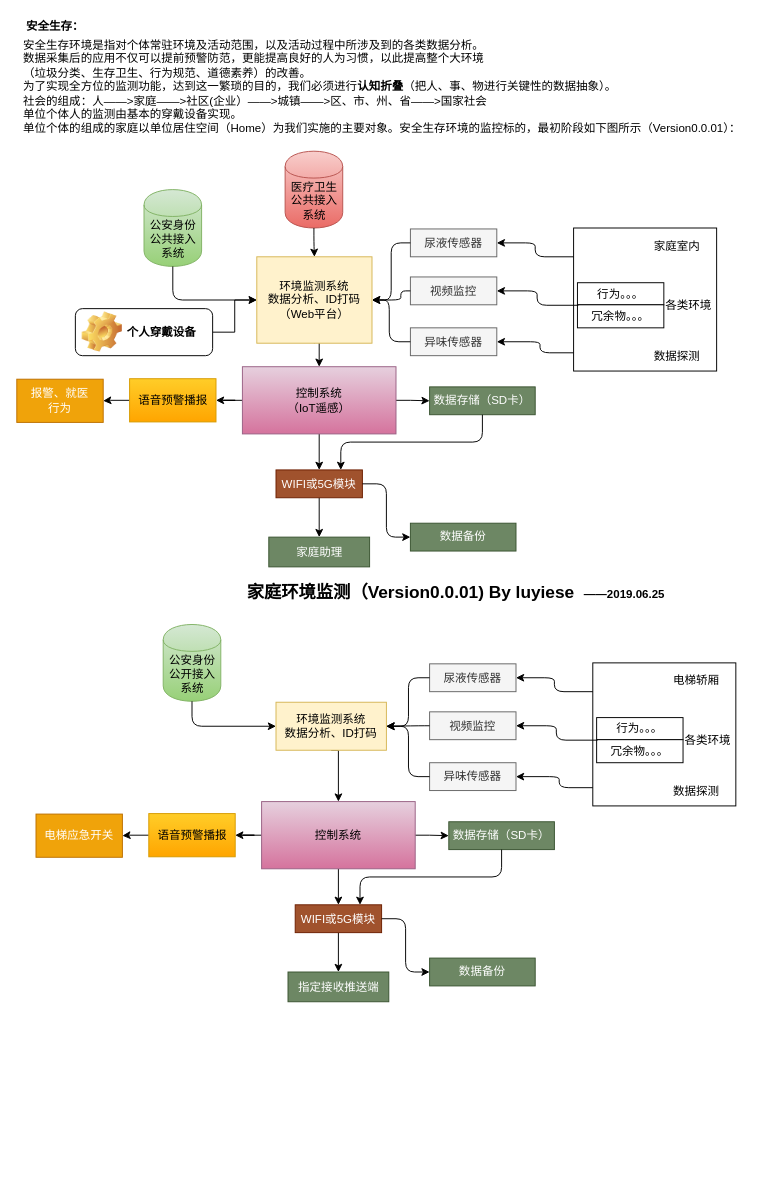
Earlier version of the draw.io diagram 电梯环境监测.drawio (UTOUUCENTER-CD/draw.io). Source tidied: cells renumbered, new cells numbered last; positions are measured from the earlier drawing's top-left corner, leaving out a move shared by most shapes. Both pictures are drawn from the tidied source at 96%, with x=0, y=0 at pixel (16, 16).
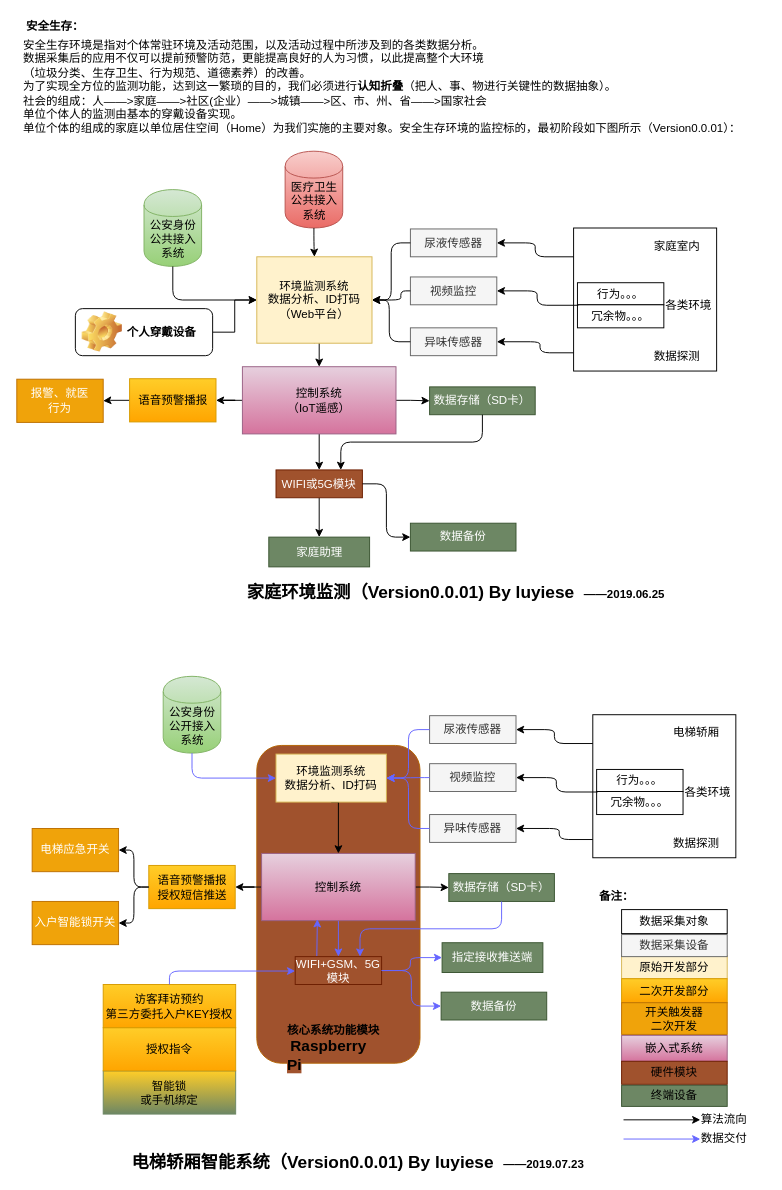
The same diagram, later.

Commit message:
Update 电梯环境监测.drawio

Change to the diagram source:
```diff
@@
+    <mxCell id="74" style="rounded=1;whiteSpace=wrap;html=1;fillColor=#A0522D;strokeColor=#b46504;" parent="1" vertex="1">
+      <mxGeometry x="250" y="759" width="170" height="331" as="geometry" />
+    </mxCell>
@@
     <mxCell id="35" style="edgeStyle=elbowEdgeStyle;elbow=horizontal;endArrow=classic;html=1;entryX=1;entryY=0.5;entryDx=0;entryDy=0;" parent="1" edge="1" target="58">
       <mxGeometry relative="1" as="geometry">
-        <mxPoint x="610" y="803" as="sourcePoint" />
+        <mxPoint x="610" y="857" as="sourcePoint" />
       </mxGeometry>
     </mxCell>
     <mxCell id="36" style="whiteSpace=wrap;html=1;" parent="1" vertex="1">
-      <mxGeometry x="600" y="673" width="149" height="149" as="geometry" />
+      <mxGeometry x="600" y="727" width="149" height="149" as="geometry" />
     </mxCell>
@@
     <mxCell id="38" style="edgeStyle=orthogonalEdgeStyle;rounded=0;jettySize=auto;html=1;exitX=1;exitY=0.5;exitDx=0;exitDy=0;entryX=0;entryY=0.5;entryDx=0;entryDy=0;" parent="1" edge="1" source="40" target="57">
       <mxGeometry relative="1" as="geometry">
         <Array as="points">
-          <mxPoint x="430" y="853" />
-          <mxPoint x="430" y="853" />
+          <mxPoint x="430" y="907" />
+          <mxPoint x="430" y="907" />
         </Array>
       </mxGeometry>
     </mxCell>
-    <mxCell id="39" style="edgeStyle=orthogonalEdgeStyle;rounded=0;jettySize=auto;html=1;exitX=0.5;exitY=1;exitDx=0;exitDy=0;entryX=0.5;entryY=0;entryDx=0;entryDy=0;" parent="1" edge="1" source="40" target="55">
+    <mxCell id="39" style="edgeStyle=orthogonalEdgeStyle;rounded=0;jettySize=auto;html=1;exitX=0.5;exitY=1;exitDx=0;exitDy=0;entryX=0.5;entryY=0;entryDx=0;entryDy=0;strokeColor=#6666FF;" parent="1" edge="1" source="40" target="55">
       <mxGeometry relative="1" as="geometry" />
     </mxCell>
     <mxCell id="40" value="控制系统" style="rounded=0;whiteSpace=wrap;html=1;fillColor=#e6d0de;strokeColor=#996185;gradientColor=#d5739d;" parent="1" vertex="1">
-      <mxGeometry x="255" y="817.5" width="160" height="70" as="geometry" />
+      <mxGeometry x="255" y="871.5" width="160" height="70" as="geometry" />
     </mxCell>
-    <mxCell id="41" style="edgeStyle=orthogonalEdgeStyle;rounded=0;jettySize=auto;html=1;" parent="1" edge="1" source="42" target="43">
-      <mxGeometry relative="1" as="geometry" />
-    </mxCell>
-    <mxCell id="42" value="语音预警播报" style="rounded=0;whiteSpace=wrap;html=1;fillColor=#ffcd28;strokeColor=#d79b00;gradientColor=#ffa500;" parent="1" vertex="1">
-      <mxGeometry x="137.5" y="830" width="90" height="45" as="geometry" />
+    <mxCell id="42" value="语音预警播报&lt;br&gt;授权短信推送" style="rounded=0;whiteSpace=wrap;html=1;fillColor=#ffcd28;strokeColor=#d79b00;gradientColor=#ffa500;" parent="1" vertex="1">
+      <mxGeometry x="137.5" y="884" width="90" height="45" as="geometry" />
     </mxCell>
     <mxCell id="43" value="电梯应急开关" style="rounded=0;whiteSpace=wrap;html=1;fillColor=#f0a30a;strokeColor=#BD7000;fontColor=#ffffff;" parent="1" vertex="1">
-      <mxGeometry x="20" y="830.5" width="90" height="45" as="geometry" />
+      <mxGeometry x="16" y="845.5" width="90" height="45" as="geometry" />
     </mxCell>
     <mxCell id="44" style="edgeStyle=orthogonalEdgeStyle;rounded=0;jettySize=auto;html=1;exitX=0.5;exitY=1;exitDx=0;exitDy=0;entryX=0.5;entryY=0;entryDx=0;entryDy=0;" parent="1" edge="1" source="45" target="40">
       <mxGeometry relative="1" as="geometry">
         <Array as="points">
-          <mxPoint x="335" y="764" />
+          <mxPoint x="335" y="818" />
         </Array>
       </mxGeometry>
     </mxCell>
     <mxCell id="45" value="环境监测系统&lt;br&gt;数据分析、ID打码" style="rounded=0;whiteSpace=wrap;html=1;fillColor=#fff2cc;strokeColor=#d6b656;" parent="1" vertex="1">
-      <mxGeometry x="270" y="714" width="115" height="50" as="geometry" />
+      <mxGeometry x="270" y="768" width="115" height="50" as="geometry" />
     </mxCell>
     <mxCell id="46" value="尿液传感器" style="rounded=0;whiteSpace=wrap;html=1;fillColor=#f5f5f5;strokeColor=#666666;fontColor=#333333;" parent="1" vertex="1">
-      <mxGeometry x="430" y="674" width="90" height="29" as="geometry" />
+      <mxGeometry x="430" y="728" width="90" height="29" as="geometry" />
     </mxCell>
     <mxCell id="47" value="视频监控" style="rounded=0;whiteSpace=wrap;html=1;fillColor=#f5f5f5;strokeColor=#666666;fontColor=#333333;" parent="1" vertex="1">
-      <mxGeometry x="430" y="724" width="90" height="29" as="geometry" />
+      <mxGeometry x="430" y="778" width="90" height="29" as="geometry" />
     </mxCell>
     <mxCell id="48" value="行为。。。" style="rounded=0;whiteSpace=wrap;html=1;" parent="1" vertex="1">
-      <mxGeometry x="604" y="730" width="90" height="23" as="geometry" />
+      <mxGeometry x="604" y="784" width="90" height="23" as="geometry" />
     </mxCell>
     <mxCell id="49" value="冗余物。。。" style="rounded=0;whiteSpace=wrap;html=1;" parent="1" vertex="1">
-      <mxGeometry x="604" y="753" width="90" height="24" as="geometry" />
+      <mxGeometry x="604" y="807" width="90" height="24" as="geometry" />
     </mxCell>
-    <mxCell id="50" style="edgeStyle=elbowEdgeStyle;elbow=horizontal;endArrow=classic;html=1;exitX=0;exitY=0.5;exitDx=0;exitDy=0;entryX=1;entryY=0.5;entryDx=0;entryDy=0;" parent="1" edge="1" source="46" target="45">
+    <mxCell id="50" style="edgeStyle=elbowEdgeStyle;elbow=horizontal;endArrow=classic;html=1;exitX=0;exitY=0.5;exitDx=0;exitDy=0;entryX=1;entryY=0.5;entryDx=0;entryDy=0;strokeColor=#6666FF;" parent="1" edge="1" source="46" target="45">
       <mxGeometry relative="1" as="geometry" />
     </mxCell>
-    <mxCell id="51" style="edgeStyle=elbowEdgeStyle;elbow=horizontal;endArrow=classic;html=1;exitX=0;exitY=0.5;exitDx=0;exitDy=0;entryX=1;entryY=0.5;entryDx=0;entryDy=0;" parent="1" edge="1" source="47" target="45">
+    <mxCell id="51" style="edgeStyle=elbowEdgeStyle;elbow=horizontal;endArrow=classic;html=1;exitX=0;exitY=0.5;exitDx=0;exitDy=0;entryX=1;entryY=0.5;entryDx=0;entryDy=0;strokeColor=#6666FF;" parent="1" edge="1" source="47" target="45">
       <mxGeometry relative="1" as="geometry">
         <Array as="points">
-          <mxPoint x="420" y="743" />
-          <mxPoint x="408" y="743" />
+          <mxPoint x="420" y="797" />
+          <mxPoint x="408" y="797" />
         </Array>
       </mxGeometry>
     </mxCell>
     <mxCell id="52" style="edgeStyle=elbowEdgeStyle;elbow=horizontal;endArrow=classic;html=1;entryX=1;entryY=0.5;entryDx=0;entryDy=0;" parent="1" edge="1" target="46">
       <mxGeometry relative="1" as="geometry">
-        <mxPoint x="600" y="703" as="sourcePoint" />
+        <mxPoint x="600" y="757" as="sourcePoint" />
       </mxGeometry>
     </mxCell>
@@
-    <mxCell id="54" style="edgeStyle=orthogonalEdgeStyle;rounded=0;jettySize=auto;html=1;" parent="1" edge="1" source="55" target="56">
-      <mxGeometry relative="1" as="geometry" />
-    </mxCell>
+    <mxCell id="75" style="edgeStyle=orthogonalEdgeStyle;rounded=0;jettySize=auto;html=1;exitX=0.25;exitY=0;exitDx=0;exitDy=0;entryX=0.363;entryY=0.979;entryDx=0;entryDy=0;entryPerimeter=0;strokeColor=#6666FF;" parent="1" edge="1" source="55" target="40">
+      <mxGeometry relative="1" as="geometry" />
+    </mxCell>
-    <mxCell id="55" value="WIFI或5G模块" style="rounded=0;whiteSpace=wrap;html=1;fillColor=#a0522d;strokeColor=#6D1F00;fontColor=#ffffff;" parent="1" vertex="1">
-      <mxGeometry x="290" y="925" width="90" height="29" as="geometry" />
+    <mxCell id="55" value="WIFI+GSM、5G模块" style="rounded=0;whiteSpace=wrap;html=1;fillColor=#a0522d;strokeColor=#6D1F00;fontColor=#ffffff;" parent="1" vertex="1">
+      <mxGeometry x="290" y="979" width="90" height="29" as="geometry" />
     </mxCell>
     <mxCell id="56" value="指定接收推送端" style="rounded=0;whiteSpace=wrap;html=1;fillColor=#6d8764;strokeColor=#3A5431;fontColor=#ffffff;" parent="1" vertex="1">
-      <mxGeometry x="282.5" y="995" width="105" height="31" as="geometry" />
+      <mxGeometry x="443" y="964.5" width="105" height="31" as="geometry" />
     </mxCell>
     <mxCell id="57" value="数据存储（SD卡）" style="rounded=0;whiteSpace=wrap;html=1;fillColor=#6d8764;strokeColor=#3A5431;fontColor=#ffffff;" parent="1" vertex="1">
-      <mxGeometry x="450" y="838.5" width="110" height="29" as="geometry" />
+      <mxGeometry x="450" y="892.5" width="110" height="29" as="geometry" />
     </mxCell>
     <mxCell id="58" value="异味传感器" style="rounded=0;whiteSpace=wrap;html=1;fillColor=#f5f5f5;strokeColor=#666666;fontColor=#333333;" parent="1" vertex="1">
-      <mxGeometry x="430" y="777" width="90" height="29" as="geometry" />
+      <mxGeometry x="430" y="831" width="90" height="29" as="geometry" />
     </mxCell>
-    <mxCell id="59" style="edgeStyle=elbowEdgeStyle;elbow=horizontal;endArrow=classic;html=1;entryX=1;entryY=0.5;entryDx=0;entryDy=0;exitX=0;exitY=0.5;exitDx=0;exitDy=0;" parent="1" edge="1" source="58" target="45">
+    <mxCell id="59" style="edgeStyle=elbowEdgeStyle;elbow=horizontal;endArrow=classic;html=1;entryX=1;entryY=0.5;entryDx=0;entryDy=0;exitX=0;exitY=0.5;exitDx=0;exitDy=0;strokeColor=#6666FF;" parent="1" edge="1" source="58" target="45">
       <mxGeometry relative="1" as="geometry">
         <Array as="points">
-          <mxPoint x="408" y="763" />
+          <mxPoint x="408" y="817" />
         </Array>
       </mxGeometry>
     </mxCell>
-    <mxCell id="60" style="edgeStyle=elbowEdgeStyle;elbow=horizontal;endArrow=classic;html=1;exitX=1;exitY=0.5;exitDx=0;exitDy=0;entryX=0;entryY=0.5;entryDx=0;entryDy=0;" parent="1" edge="1" source="55" target="61">
+    <mxCell id="60" style="edgeStyle=elbowEdgeStyle;elbow=horizontal;endArrow=classic;html=1;exitX=1;exitY=0.5;exitDx=0;exitDy=0;entryX=0;entryY=0.5;entryDx=0;entryDy=0;strokeColor=#6666FF;" parent="1" edge="1" source="55" target="61">
       <mxGeometry relative="1" as="geometry" />
     </mxCell>
     <mxCell id="61" value="数据备份" style="rounded=0;whiteSpace=wrap;html=1;fillColor=#6d8764;strokeColor=#3A5431;fontColor=#ffffff;" parent="1" vertex="1">
-      <mxGeometry x="430" y="980.5" width="110" height="29" as="geometry" />
+      <mxGeometry x="442" y="1016" width="110" height="29" as="geometry" />
     </mxCell>
-    <mxCell id="62" style="edgeStyle=elbowEdgeStyle;elbow=vertical;endArrow=classic;html=1;exitX=0.5;exitY=1;exitDx=0;exitDy=0;entryX=0.75;entryY=0;entryDx=0;entryDy=0;" parent="1" edge="1" source="57" target="55">
+    <mxCell id="62" style="edgeStyle=elbowEdgeStyle;elbow=vertical;endArrow=classic;html=1;exitX=0.5;exitY=1;exitDx=0;exitDy=0;entryX=0.75;entryY=0;entryDx=0;entryDy=0;strokeColor=#6666FF;" parent="1" edge="1" source="57" target="55">
       <mxGeometry relative="1" as="geometry" />
     </mxCell>
     <mxCell id="63" value="电梯轿厢&lt;br&gt;&lt;br&gt;&lt;br&gt;&lt;br&gt;&lt;br&gt;&lt;br&gt;&lt;br&gt;&lt;br&gt;数据探测" style="text;html=1;align=left;verticalAlign=top;spacingTop=-4;" parent="1" vertex="1">
-      <mxGeometry x="682" y="682" width="60" height="130" as="geometry" />
+      <mxGeometry x="682" y="736" width="60" height="130" as="geometry" />
     </mxCell>
     <mxCell id="64" value="各类环境" style="text;html=1;align=left;verticalAlign=top;spacingTop=-4;" parent="1" vertex="1">
-      <mxGeometry x="694" y="744" width="60" height="20" as="geometry" />
+      <mxGeometry x="694" y="798" width="60" height="20" as="geometry" />
     </mxCell>
     <mxCell id="65" value="公安身份公开接入系统" style="shape=cylinder;whiteSpace=wrap;html=1;boundedLbl=1;backgroundOutline=1;gradientColor=#97d077;fillColor=#d5e8d4;strokeColor=#82b366;" parent="1" vertex="1">
-      <mxGeometry x="152.5" y="633" width="60" height="80" as="geometry" />
+      <mxGeometry x="152.5" y="687" width="60" height="80" as="geometry" />
     </mxCell>
-    <mxCell id="66" style="edgeStyle=elbowEdgeStyle;elbow=vertical;endArrow=classic;html=1;exitX=0.5;exitY=1;exitDx=0;exitDy=0;entryX=0;entryY=0.5;entryDx=0;entryDy=0;" parent="1" edge="1" source="65" target="45">
+    <mxCell id="66" style="edgeStyle=elbowEdgeStyle;elbow=vertical;endArrow=classic;html=1;exitX=0.5;exitY=1;exitDx=0;exitDy=0;entryX=0;entryY=0.5;entryDx=0;entryDy=0;strokeColor=#6666FF;" parent="1" edge="1" source="65" target="45">
       <mxGeometry relative="1" as="geometry">
         <Array as="points">
-          <mxPoint x="250" y="739" />
-          <mxPoint x="190" y="763" />
+          <mxPoint x="250" y="793" />
+          <mxPoint x="190" y="817" />
         </Array>
       </mxGeometry>
     </mxCell>
@@
+    <mxCell id="76" value="智能锁&lt;br&gt;或手机绑定" style="rounded=0;whiteSpace=wrap;html=1;fillColor=#ffcd28;strokeColor=#6D8764;gradientColor=#6D8764;" parent="1" vertex="1">
+      <mxGeometry x="90" y="1098" width="138" height="45" as="geometry" />
+    </mxCell>
+    <mxCell id="77" value="授权指令" style="rounded=0;whiteSpace=wrap;html=1;fillColor=#ffcd28;strokeColor=#d79b00;gradientColor=#ffa500;" parent="1" vertex="1">
+      <mxGeometry x="90" y="1053" width="138" height="45" as="geometry" />
+    </mxCell>
+    <mxCell id="78" value="访客拜访预约&lt;br&gt;第三方委托入户KEY授权" style="rounded=0;whiteSpace=wrap;html=1;fillColor=#ffcd28;strokeColor=#d79b00;gradientColor=#ffa500;" parent="1" vertex="1">
+      <mxGeometry x="90" y="1008" width="138" height="45" as="geometry" />
+    </mxCell>
+    <mxCell id="79" value="入户智能锁开关" style="rounded=0;whiteSpace=wrap;html=1;fillColor=#f0a30a;strokeColor=#BD7000;fontColor=#ffffff;" parent="1" vertex="1">
+      <mxGeometry x="16" y="921.5" width="90" height="45" as="geometry" />
+    </mxCell>
+    <mxCell id="41" style="edgeStyle=elbowEdgeStyle;elbow=horizontal;endArrow=classic;html=1;entryX=1;entryY=0.5;entryDx=0;entryDy=0;exitX=0;exitY=0.5;exitDx=0;exitDy=0;" parent="1" edge="1" source="42" target="43">
+      <mxGeometry relative="1" as="geometry" />
+    </mxCell>
+    <mxCell id="80" style="edgeStyle=elbowEdgeStyle;elbow=horizontal;endArrow=classic;html=1;entryX=1;entryY=0.5;entryDx=0;entryDy=0;exitX=0;exitY=0.5;exitDx=0;exitDy=0;" parent="1" edge="1" source="42" target="79">
+      <mxGeometry relative="1" as="geometry" />
+    </mxCell>
+    <mxCell id="81" value="&lt;b&gt;&lt;font style=&quot;font-size: 18px&quot;&gt;电梯轿厢智能系统（Version0.0.01) By luyiese&lt;/font&gt;&amp;nbsp; &amp;nbsp;——2019.07.23&lt;/b&gt;" style="text;html=1;align=left;verticalAlign=top;spacingTop=-4;" parent="1" vertex="1">
+      <mxGeometry x="117.5" y="1181" width="490" height="20" as="geometry" />
+    </mxCell>
+    <mxCell id="82" style="edgeStyle=elbowEdgeStyle;elbow=vertical;endArrow=classic;html=1;strokeColor=#6666FF;exitX=0.5;exitY=0;exitDx=0;exitDy=0;entryX=0;entryY=0.5;entryDx=0;entryDy=0;" parent="1" edge="1" source="78" target="55">
+      <mxGeometry relative="1" as="geometry">
+        <Array as="points">
+          <mxPoint x="250" y="994" />
+        </Array>
+      </mxGeometry>
+    </mxCell>
+    <mxCell id="83" value="核心系统功能模块&lt;br&gt;&lt;span style=&quot;background-color: rgb(160 , 82 , 45)&quot;&gt;&amp;nbsp;&lt;span style=&quot;font-family: &amp;#34;microsoft yahei&amp;#34; ; font-size: 16px ; white-space: normal&quot;&gt;Raspberry Pi&lt;/span&gt;&lt;/span&gt;" style="text;html=1;align=left;verticalAlign=top;spacingTop=-4;fontStyle=1;" parent="1" vertex="1">
+      <mxGeometry x="280" y="1045.5" width="110" height="30" as="geometry" />
+    </mxCell>
+    <mxCell id="84" value="&lt;b&gt;备注：&lt;/b&gt;" style="text;html=1;align=left;verticalAlign=top;spacingTop=-4;" parent="1" vertex="1">
+      <mxGeometry x="604.5" y="906.5" width="50" height="20" as="geometry" />
+    </mxCell>
+    <mxCell id="54" style="edgeStyle=elbowEdgeStyle;elbow=horizontal;endArrow=classic;html=1;exitX=1;exitY=0.5;exitDx=0;exitDy=0;entryX=0;entryY=0.5;entryDx=0;entryDy=0;strokeColor=#6666FF;" parent="1" edge="1" source="55" target="56">
+      <mxGeometry relative="1" as="geometry">
+        <Array as="points">
+          <mxPoint x="410" y="990" />
+        </Array>
+      </mxGeometry>
+    </mxCell>
+    <mxCell id="85" value="原始开发部分" style="rounded=0;whiteSpace=wrap;html=1;fillColor=#fff2cc;strokeColor=#d6b656;" parent="1" vertex="1">
+      <mxGeometry x="630" y="978" width="110" height="24" as="geometry" />
+    </mxCell>
+    <mxCell id="86" value="数据采集对象" style="rounded=0;whiteSpace=wrap;html=1;" parent="1" vertex="1">
+      <mxGeometry x="630" y="930" width="110" height="25" as="geometry" />
+    </mxCell>
+    <mxCell id="87" value="嵌入式系统" style="rounded=0;whiteSpace=wrap;html=1;fillColor=#e6d0de;strokeColor=#996185;gradientColor=#d5739d;" parent="1" vertex="1">
+      <mxGeometry x="630" y="1061" width="110" height="27" as="geometry" />
+    </mxCell>
+    <mxCell id="88" value="&lt;font color=&quot;#000000&quot;&gt;硬件模块&lt;/font&gt;" style="rounded=0;whiteSpace=wrap;html=1;fillColor=#a0522d;strokeColor=#6D1F00;fontColor=#ffffff;" parent="1" vertex="1">
+      <mxGeometry x="630" y="1088" width="110" height="24" as="geometry" />
+    </mxCell>
+    <mxCell id="89" value="二次开发部分" style="rounded=0;whiteSpace=wrap;html=1;fillColor=#ffcd28;strokeColor=#d79b00;gradientColor=#ffa500;" parent="1" vertex="1">
+      <mxGeometry x="630" y="1002" width="110" height="25" as="geometry" />
+    </mxCell>
+    <mxCell id="90" value="&lt;font color=&quot;#000000&quot;&gt;开关触发器&lt;br&gt;二次开发&lt;/font&gt;" style="rounded=0;whiteSpace=wrap;html=1;fillColor=#f0a30a;strokeColor=#BD7000;fontColor=#ffffff;" parent="1" vertex="1">
+      <mxGeometry x="630" y="1027" width="110" height="33" as="geometry" />
+    </mxCell>
+    <mxCell id="91" value="数据采集设备" style="rounded=0;whiteSpace=wrap;html=1;fillColor=#f5f5f5;strokeColor=#666666;fontColor=#333333;" parent="1" vertex="1">
+      <mxGeometry x="630" y="956" width="110" height="23" as="geometry" />
+    </mxCell>
+    <mxCell id="92" value="&lt;font color=&quot;#000000&quot;&gt;终端设备&lt;/font&gt;" style="rounded=0;whiteSpace=wrap;html=1;fillColor=#6d8764;strokeColor=#3A5431;fontColor=#ffffff;" parent="1" vertex="1">
+      <mxGeometry x="630" y="1113" width="110" height="22" as="geometry" />
+    </mxCell>
+    <mxCell id="93" style="group;" parent="1" vertex="1">
+      <mxGeometry x="632" y="1139" width="139" height="20" as="geometry" />
+    </mxCell>
+    <mxCell id="94" style="endArrow=classic;html=1;strokeColor=#000000;" parent="93" edge="1">
+      <mxGeometry relative="1" as="geometry">
+        <mxPoint y="10" as="sourcePoint" />
+        <mxPoint x="80" y="10" as="targetPoint" />
+      </mxGeometry>
+    </mxCell>
+    <mxCell id="95" value="算法流向" style="text;html=1;align=left;verticalAlign=top;spacingTop=-4;" parent="93" vertex="1">
+      <mxGeometry x="79" width="60" height="20" as="geometry" />
+    </mxCell>
+    <mxCell id="96" style="group;" parent="1" vertex="1">
+      <mxGeometry x="632" y="1159" width="139" height="20" as="geometry" />
+    </mxCell>
+    <mxCell id="97" style="endArrow=classic;html=1;strokeColor=#6666FF;" parent="96" edge="1">
+      <mxGeometry relative="1" as="geometry">
+        <mxPoint y="10" as="sourcePoint" />
+        <mxPoint x="80" y="10" as="targetPoint" />
+      </mxGeometry>
+    </mxCell>
+    <mxCell id="98" value="数据交付" style="text;html=1;align=left;verticalAlign=top;spacingTop=-4;" parent="96" vertex="1">
+      <mxGeometry x="79" width="60" height="20" as="geometry" />
+    </mxCell>
```
